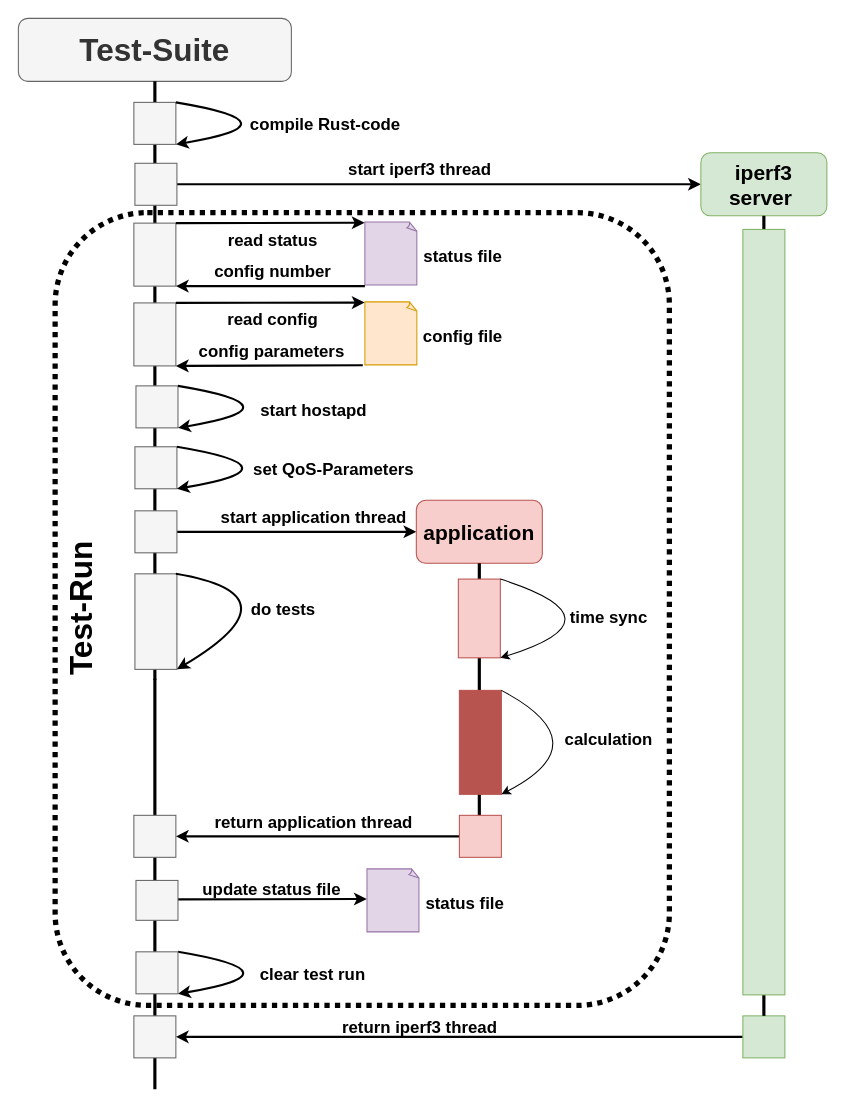
Above: thesis/drawio/Test-Suite.drawio in studhascja/Masterthesis (draw.io), before the change. Source tidied: cells renumbered, new cells numbered last; positions are measured from the earlier drawing's top-left corner, leaving out a move shared by most shapes. Both pictures are drawn from the tidied source at 105%, with x=0, y=0 at pixel (18, 18).
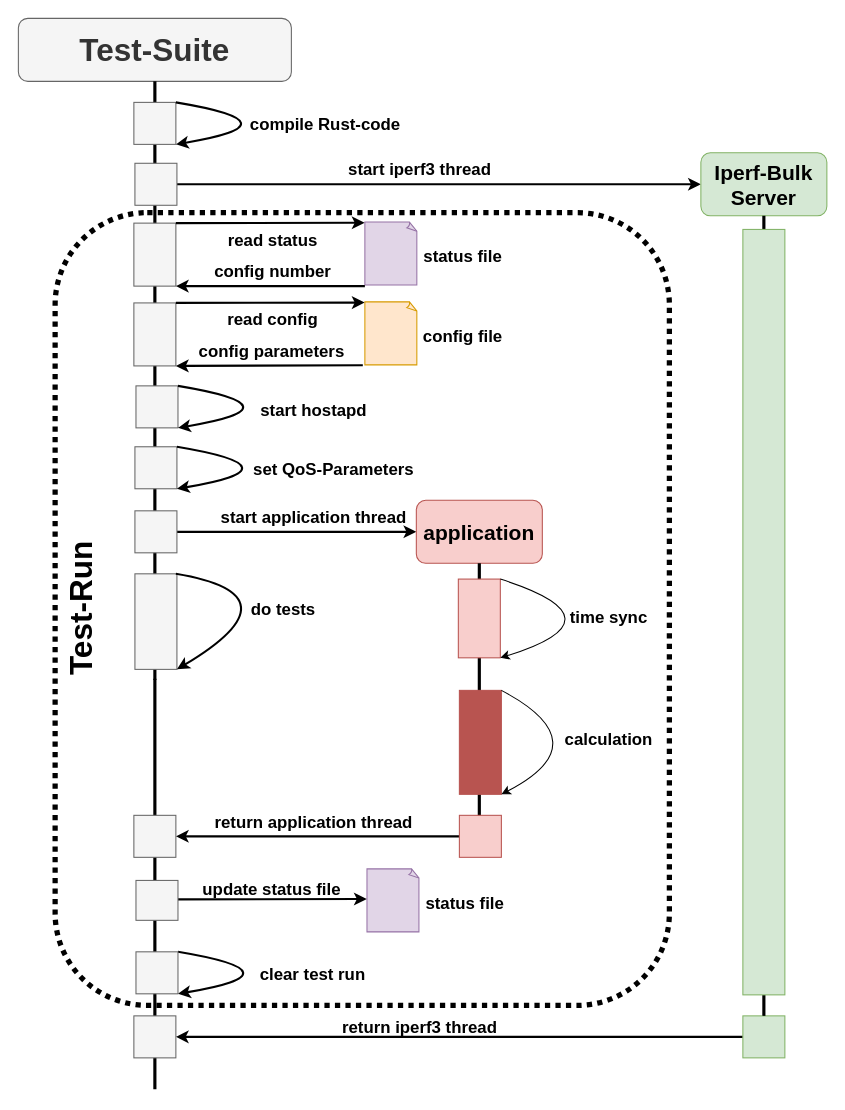
After the change.

What changed in the source:
```diff
@@
-    <mxCell id="27" value="&lt;font style=&quot;font-size: 20px;&quot;&gt;iperf3 server&amp;nbsp;&lt;/font&gt;" style="rounded=1;whiteSpace=wrap;html=1;fillColor=#d5e8d4;strokeColor=#82b366;fontSize=16;fontStyle=1;" parent="1" vertex="1">
+    <mxCell id="27" value="&lt;font style=&quot;font-size: 20px;&quot;&gt;Iperf-Bulk Server&lt;/font&gt;" style="rounded=1;whiteSpace=wrap;html=1;fillColor=#d5e8d4;strokeColor=#82b366;fontSize=16;fontStyle=1;" parent="1" vertex="1">
       <mxGeometry x="650" y="128" width="120" height="60" as="geometry" />
     </mxCell>
```
